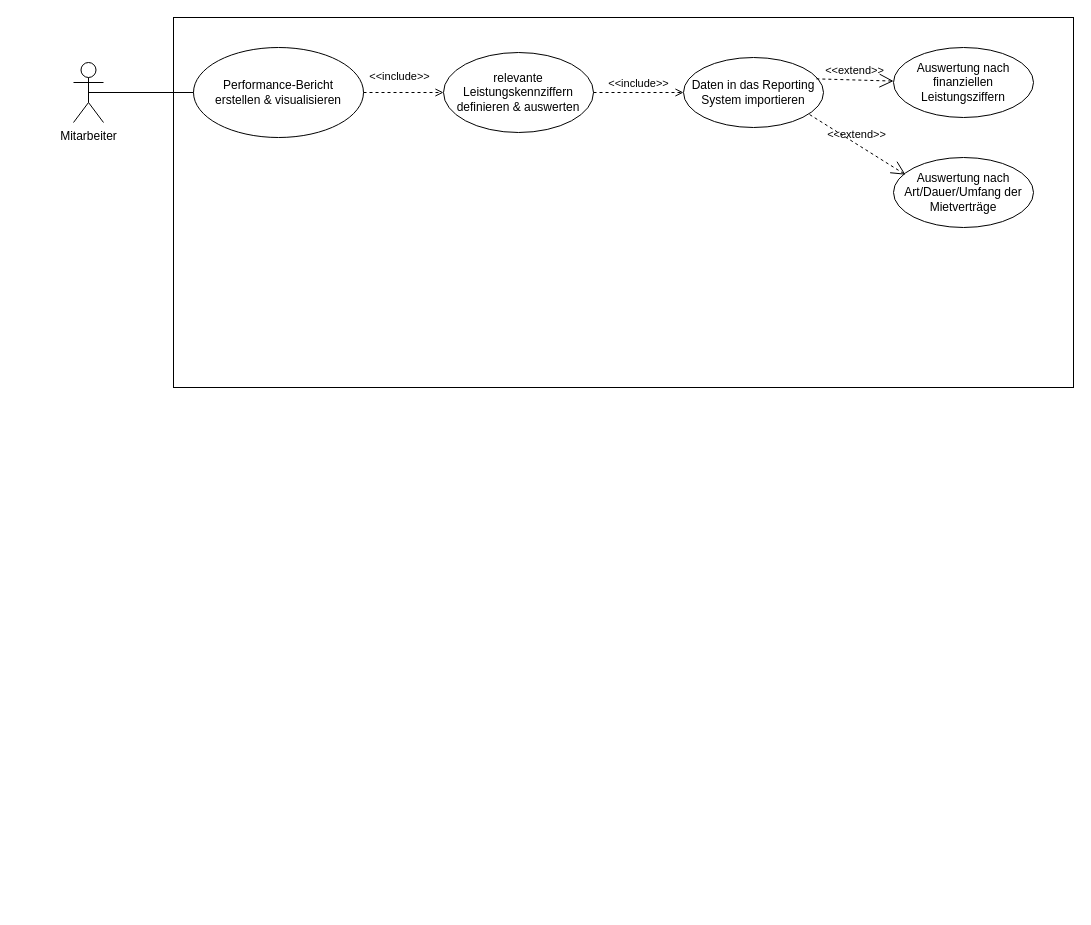
Before: E2 - Gabriel/E2 UseCase.drawio in JanUwU42/SoftwareEngineeringProjektarbeit, a draw.io diagram. Source tidied: cells renumbered, new cells numbered last; positions are measured from the earlier drawing's top-left corner, leaving out a move shared by most shapes. Both pictures are drawn from the tidied source at 100%, with x=0, y=0 at pixel (73, 17).
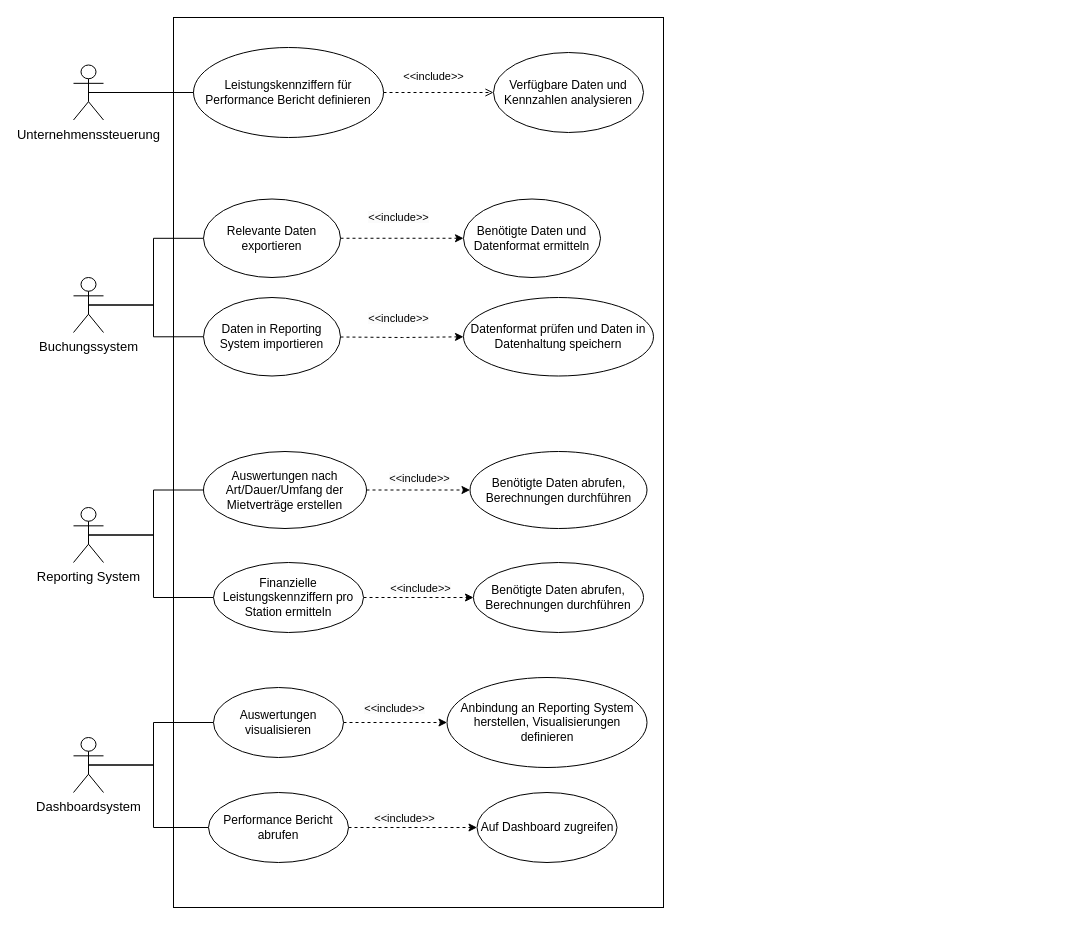
After the change.

The edit, as a diff of the source:
```diff
@@
     <mxCell id="2" style="rounded=0;whiteSpace=wrap;html=1;fillColor=none;" parent="1" vertex="1">
-      <mxGeometry x="100" width="900" height="370" as="geometry" />
+      <mxGeometry x="100" width="490" height="890" as="geometry" />
     </mxCell>
-    <mxCell id="3" value="Mitarbeiter" style="shape=umlActor;html=1;verticalLabelPosition=bottom;verticalAlign=top;align=center;" parent="1" vertex="1">
-      <mxGeometry y="45" width="30" height="60" as="geometry" />
+    <mxCell id="3" value="&lt;font style=&quot;font-size: 13px;&quot;&gt;Unternehmenssteuerung&lt;/font&gt;" style="shape=umlActor;verticalLabelPosition=bottom;verticalAlign=top;align=center;html=1;" parent="1" vertex="1">
+      <mxGeometry y="47.5" width="30" height="55" as="geometry" />
     </mxCell>
-    <mxCell id="4" value="relevante Leistungskennziffern definieren &amp;amp; auswerten" style="ellipse;whiteSpace=wrap;html=1;" parent="1" vertex="1">
-      <mxGeometry x="370" y="35" width="150" height="80" as="geometry" />
+    <mxCell id="4" value="Verfügbare Daten und Kennzahlen analysieren" style="ellipse;whiteSpace=wrap;html=1;" parent="1" vertex="1">
+      <mxGeometry x="420" y="35" width="150" height="80" as="geometry" />
     </mxCell>
-    <mxCell id="5" value="Performance-Bericht&lt;br&gt;erstellen &amp;amp; visualisieren" style="ellipse;whiteSpace=wrap;html=1;" parent="1" vertex="1">
-      <mxGeometry x="120" y="30" width="170" height="90" as="geometry" />
+    <mxCell id="5" value="Leistungskennziffern für Performance Bericht definieren" style="ellipse;whiteSpace=wrap;html=1;" parent="1" vertex="1">
+      <mxGeometry x="120" y="30" width="190" height="90" as="geometry" />
     </mxCell>
-    <mxCell id="6" value="Daten in das Reporting System importieren" style="ellipse;whiteSpace=wrap;html=1;" parent="1" vertex="1">
-      <mxGeometry x="610" y="40" width="140" height="70" as="geometry" />
-    </mxCell>
-    <mxCell id="7" value="Auswertung nach Art/Dauer/Umfang der Mietverträge" style="ellipse;whiteSpace=wrap;html=1;fillColor=none;" parent="1" vertex="1">
-      <mxGeometry x="820" y="140" width="140" height="70" as="geometry" />
-    </mxCell>
-    <mxCell id="8" value="Auswertung nach finanziellen Leistungsziffern" style="ellipse;whiteSpace=wrap;html=1;" parent="1" vertex="1">
-      <mxGeometry x="820" y="30" width="140" height="70" as="geometry" />
-    </mxCell>
@@
-    <mxCell id="11" value="&amp;lt;&amp;lt;extend&amp;gt;&amp;gt;" style="edgeStyle=none;html=1;startArrow=open;endArrow=none;startSize=12;verticalAlign=bottom;dashed=1;labelBackgroundColor=none;rounded=0;entryX=0.887;entryY=0.798;entryDx=0;entryDy=0;entryPerimeter=0;exitX=0.086;exitY=0.246;exitDx=0;exitDy=0;exitPerimeter=0;" parent="1" edge="1" source="7" target="6">
-      <mxGeometry relative="1" as="geometry" />
-    </mxCell>
-    <mxCell id="12" value="&amp;lt;&amp;lt;extend&amp;gt;&amp;gt;" style="edgeStyle=none;html=1;startArrow=open;endArrow=none;startSize=12;verticalAlign=bottom;dashed=1;labelBackgroundColor=none;rounded=0;entryX=0.946;entryY=0.305;entryDx=0;entryDy=0;entryPerimeter=0;" parent="1" edge="1" source="8" target="6">
-      <mxGeometry relative="1" as="geometry" />
-    </mxCell>
-    <mxCell id="13" value="&amp;lt;&amp;lt;include&amp;gt;&amp;gt;" style="edgeStyle=none;html=1;endArrow=open;verticalAlign=bottom;dashed=1;labelBackgroundColor=none;rounded=0;entryX=0;entryY=0.5;entryDx=0;entryDy=0;" parent="1" edge="1" source="4" target="6">
-      <mxGeometry relative="1" as="geometry" />
-    </mxCell>
+    <mxCell id="14" style="edgeStyle=orthogonalEdgeStyle;rounded=0;jettySize=auto;html=1;startArrow=none;startFill=0;endArrow=none;exitX=0.5;exitY=0.5;exitDx=0;exitDy=0;exitPerimeter=0;" parent="1" edge="1" source="16" target="25">
+      <mxGeometry relative="1" as="geometry" />
+    </mxCell>
+    <mxCell id="15" style="edgeStyle=orthogonalEdgeStyle;rounded=0;jettySize=auto;html=1;exitX=0.5;exitY=0.5;exitDx=0;exitDy=0;exitPerimeter=0;entryX=0;entryY=0.5;entryDx=0;entryDy=0;endArrow=none;startFill=0;" parent="1" edge="1" source="16" target="26">
+      <mxGeometry relative="1" as="geometry" />
+    </mxCell>
+    <mxCell id="16" value="&lt;font style=&quot;font-size: 13px;&quot;&gt;Buchungssystem&lt;/font&gt;" style="shape=umlActor;verticalLabelPosition=bottom;verticalAlign=top;align=center;html=1;" parent="1" vertex="1">
+      <mxGeometry y="260" width="30" height="55" as="geometry" />
+    </mxCell>
+    <mxCell id="17" style="edgeStyle=orthogonalEdgeStyle;rounded=0;jettySize=auto;html=1;exitX=0.5;exitY=0.5;exitDx=0;exitDy=0;exitPerimeter=0;entryX=0;entryY=0.5;entryDx=0;entryDy=0;endArrow=none;startFill=0;" parent="1" edge="1" source="19" target="33">
+      <mxGeometry relative="1" as="geometry" />
+    </mxCell>
+    <mxCell id="18" style="edgeStyle=orthogonalEdgeStyle;rounded=0;jettySize=auto;html=1;exitX=0.5;exitY=0.5;exitDx=0;exitDy=0;exitPerimeter=0;entryX=0;entryY=0.5;entryDx=0;entryDy=0;endArrow=none;startFill=0;" parent="1" edge="1" source="19" target="36">
+      <mxGeometry relative="1" as="geometry">
+        <Array as="points">
+          <mxPoint x="80" y="518" />
+          <mxPoint x="80" y="580" />
+        </Array>
+      </mxGeometry>
+    </mxCell>
+    <mxCell id="19" value="&lt;font style=&quot;font-size: 13px;&quot;&gt;Reporting System&lt;/font&gt;" style="shape=umlActor;verticalLabelPosition=bottom;verticalAlign=top;align=center;html=1;" parent="1" vertex="1">
+      <mxGeometry y="490" width="30" height="55" as="geometry" />
+    </mxCell>
+    <mxCell id="20" style="edgeStyle=orthogonalEdgeStyle;rounded=0;jettySize=auto;html=1;exitX=0.5;exitY=0.5;exitDx=0;exitDy=0;exitPerimeter=0;entryX=0;entryY=0.5;entryDx=0;entryDy=0;endArrow=none;startFill=0;" parent="1" edge="1" source="22" target="41">
+      <mxGeometry relative="1" as="geometry">
+        <Array as="points">
+          <mxPoint x="80" y="748" />
+          <mxPoint x="80" y="705" />
+        </Array>
+      </mxGeometry>
+    </mxCell>
+    <mxCell id="21" style="edgeStyle=orthogonalEdgeStyle;rounded=0;jettySize=auto;html=1;exitX=0.5;exitY=0.5;exitDx=0;exitDy=0;exitPerimeter=0;entryX=0;entryY=0.5;entryDx=0;entryDy=0;endArrow=none;startFill=0;" parent="1" edge="1" source="22" target="44">
+      <mxGeometry relative="1" as="geometry">
+        <Array as="points">
+          <mxPoint x="80" y="748" />
+          <mxPoint x="80" y="810" />
+        </Array>
+      </mxGeometry>
+    </mxCell>
+    <mxCell id="22" value="&lt;font style=&quot;font-size: 13px;&quot;&gt;Dashboardsystem&lt;/font&gt;" style="shape=umlActor;verticalLabelPosition=bottom;verticalAlign=top;align=center;html=1;" parent="1" vertex="1">
+      <mxGeometry y="720" width="30" height="55" as="geometry" />
+    </mxCell>
+    <mxCell id="23" style="edgeStyle=orthogonalEdgeStyle;rounded=0;jettySize=auto;html=1;dashed=1;" parent="1" edge="1" source="25" target="27">
+      <mxGeometry relative="1" as="geometry" />
+    </mxCell>
+    <mxCell id="24" value="&lt;span style=&quot;background-color: rgb(251, 251, 251);&quot;&gt;&amp;lt;&amp;lt;include&amp;gt;&amp;gt;&lt;/span&gt;" style="edgeLabel;html=1;align=center;verticalAlign=middle;" parent="23" vertex="1">
+      <mxGeometry x="0.27" y="-2" relative="1" as="geometry">
+        <mxPoint x="-21" y="-23" as="offset" />
+      </mxGeometry>
+    </mxCell>
+    <mxCell id="25" value="Relevante Daten exportieren" style="ellipse;whiteSpace=wrap;html=1;" parent="1" vertex="1">
+      <mxGeometry x="130" y="181.5" width="137" height="78.5" as="geometry" />
+    </mxCell>
+    <mxCell id="26" value="Daten in Reporting System importieren" style="ellipse;whiteSpace=wrap;html=1;" parent="1" vertex="1">
+      <mxGeometry x="130" y="280" width="137" height="78.5" as="geometry" />
+    </mxCell>
+    <mxCell id="27" value="Benötigte Daten und Datenformat ermitteln" style="ellipse;whiteSpace=wrap;html=1;" parent="1" vertex="1">
+      <mxGeometry x="390" y="181.5" width="137" height="78.5" as="geometry" />
+    </mxCell>
+    <mxCell id="28" style="edgeStyle=orthogonalEdgeStyle;rounded=0;jettySize=auto;html=1;dashed=1;" parent="1" edge="1" target="30">
+      <mxGeometry relative="1" as="geometry">
+        <mxPoint x="267" y="319.5" as="sourcePoint" />
+      </mxGeometry>
+    </mxCell>
+    <mxCell id="29" value="&lt;span style=&quot;background-color: rgb(251, 251, 251);&quot;&gt;&amp;lt;&amp;lt;include&amp;gt;&amp;gt;&lt;/span&gt;" style="edgeLabel;html=1;align=center;verticalAlign=middle;" parent="28" vertex="1">
+      <mxGeometry x="0.27" y="-2" relative="1" as="geometry">
+        <mxPoint x="-21" y="-21" as="offset" />
+      </mxGeometry>
+    </mxCell>
+    <mxCell id="30" value="Datenformat prüfen und Daten in Datenhaltung speichern" style="ellipse;whiteSpace=wrap;html=1;" parent="1" vertex="1">
+      <mxGeometry x="390" y="280" width="190" height="78.5" as="geometry" />
+    </mxCell>
+    <mxCell id="31" style="edgeStyle=orthogonalEdgeStyle;rounded=0;jettySize=auto;html=1;dashed=1;" parent="1" edge="1" source="33" target="37">
+      <mxGeometry relative="1" as="geometry" />
+    </mxCell>
+    <mxCell id="32" value="&lt;span style=&quot;background-color: rgb(251, 251, 251);&quot;&gt;&amp;lt;&amp;lt;include&amp;gt;&amp;gt;&lt;/span&gt;" style="edgeLabel;html=1;align=center;verticalAlign=middle;" parent="31" vertex="1">
+      <mxGeometry x="0.24" y="-1" relative="1" as="geometry">
+        <mxPoint x="-12" y="-13" as="offset" />
+      </mxGeometry>
+    </mxCell>
+    <mxCell id="33" value="Auswertungen nach Art/Dauer/Umfang der Mietverträge erstellen" style="ellipse;whiteSpace=wrap;html=1;" parent="1" vertex="1">
+      <mxGeometry x="130" y="434" width="163" height="77" as="geometry" />
+    </mxCell>
+    <mxCell id="34" style="edgeStyle=orthogonalEdgeStyle;rounded=0;jettySize=auto;html=1;dashed=1;" parent="1" edge="1" source="36" target="38">
+      <mxGeometry relative="1" as="geometry" />
+    </mxCell>
+    <mxCell id="35" value="&lt;span style=&quot;background-color: rgb(251, 251, 251);&quot;&gt;&amp;lt;&amp;lt;include&amp;gt;&amp;gt;&lt;/span&gt;" style="edgeLabel;html=1;align=center;verticalAlign=middle;" parent="34" vertex="1">
+      <mxGeometry x="0.14" y="1" relative="1" as="geometry">
+        <mxPoint x="-7" y="-9" as="offset" />
+      </mxGeometry>
+    </mxCell>
+    <mxCell id="36" value="Finanzielle Leistungskennziffern pro Station ermitteln" style="ellipse;whiteSpace=wrap;html=1;" parent="1" vertex="1">
+      <mxGeometry x="140" y="545" width="150" height="70" as="geometry" />
+    </mxCell>
+    <mxCell id="37" value="Benötigte Daten abrufen, Berechnungen durchführen" style="ellipse;whiteSpace=wrap;html=1;" parent="1" vertex="1">
+      <mxGeometry x="396.5" y="434" width="177" height="77" as="geometry" />
+    </mxCell>
+    <mxCell id="38" value="Benötigte Daten abrufen, Berechnungen durchführen" style="ellipse;whiteSpace=wrap;html=1;" parent="1" vertex="1">
+      <mxGeometry x="400" y="545" width="170" height="70" as="geometry" />
+    </mxCell>
+    <mxCell id="39" style="edgeStyle=orthogonalEdgeStyle;rounded=0;jettySize=auto;html=1;dashed=1;" parent="1" edge="1" source="41" target="45">
+      <mxGeometry relative="1" as="geometry" />
+    </mxCell>
+    <mxCell id="40" value="&lt;span style=&quot;background-color: rgb(251, 251, 251);&quot;&gt;&amp;lt;&amp;lt;include&amp;gt;&amp;gt;&lt;/span&gt;" style="edgeLabel;html=1;align=center;verticalAlign=middle;" parent="39" vertex="1">
+      <mxGeometry x="-0.11" relative="1" as="geometry">
+        <mxPoint x="4" y="-15" as="offset" />
+      </mxGeometry>
+    </mxCell>
+    <mxCell id="41" value="Auswertungen visualisieren" style="ellipse;whiteSpace=wrap;html=1;" parent="1" vertex="1">
+      <mxGeometry x="140" y="670" width="130" height="70" as="geometry" />
+    </mxCell>
+    <mxCell id="42" style="edgeStyle=orthogonalEdgeStyle;rounded=0;jettySize=auto;html=1;dashed=1;" parent="1" edge="1" source="44" target="46">
+      <mxGeometry relative="1" as="geometry" />
+    </mxCell>
+    <mxCell id="43" value="&lt;span style=&quot;background-color: rgb(251, 251, 251);&quot;&gt;&amp;lt;&amp;lt;include&amp;gt;&amp;gt;&lt;/span&gt;" style="edgeLabel;html=1;align=center;verticalAlign=middle;" parent="42" vertex="1">
+      <mxGeometry x="-0.23" relative="1" as="geometry">
+        <mxPoint x="6" y="-10" as="offset" />
+      </mxGeometry>
+    </mxCell>
+    <mxCell id="44" value="Performance Bericht abrufen" style="ellipse;whiteSpace=wrap;html=1;" parent="1" vertex="1">
+      <mxGeometry x="135" y="775" width="140" height="70" as="geometry" />
+    </mxCell>
+    <mxCell id="45" value="Anbindung an Reporting System herstellen, Visualisierungen definieren" style="ellipse;whiteSpace=wrap;html=1;" parent="1" vertex="1">
+      <mxGeometry x="373.5" y="660" width="200" height="90" as="geometry" />
+    </mxCell>
+    <mxCell id="46" value="Auf Dashboard zugreifen" style="ellipse;whiteSpace=wrap;html=1;" parent="1" vertex="1">
+      <mxGeometry x="403.5" y="775" width="140" height="70" as="geometry" />
+    </mxCell>
```
